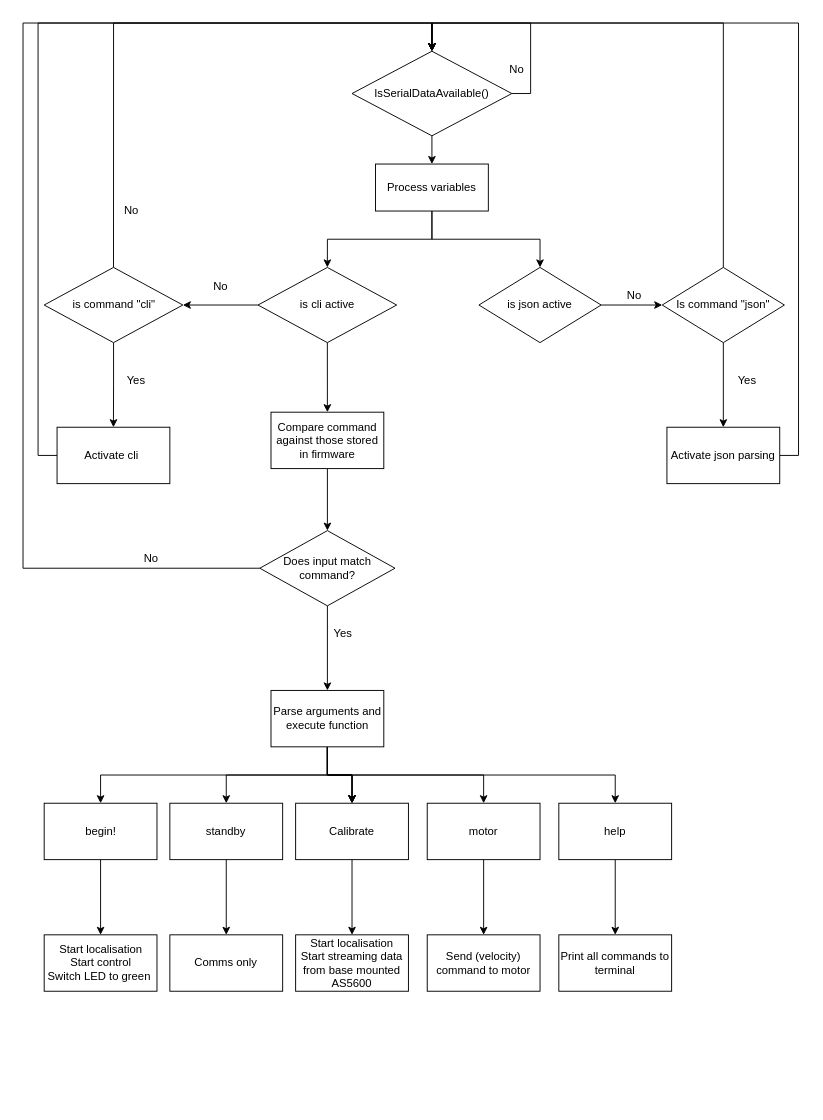
Above: CLI and json flowchart.drawio in LordAcrobaticTurtle/Rosbot (draw.io), before the change. Source tidied: cells renumbered, new cells numbered last; positions are measured from the earlier drawing's top-left corner, leaving out a move shared by most shapes. Both pictures are drawn from the tidied source at 94%, with x=0, y=0 at pixel (23, 23).
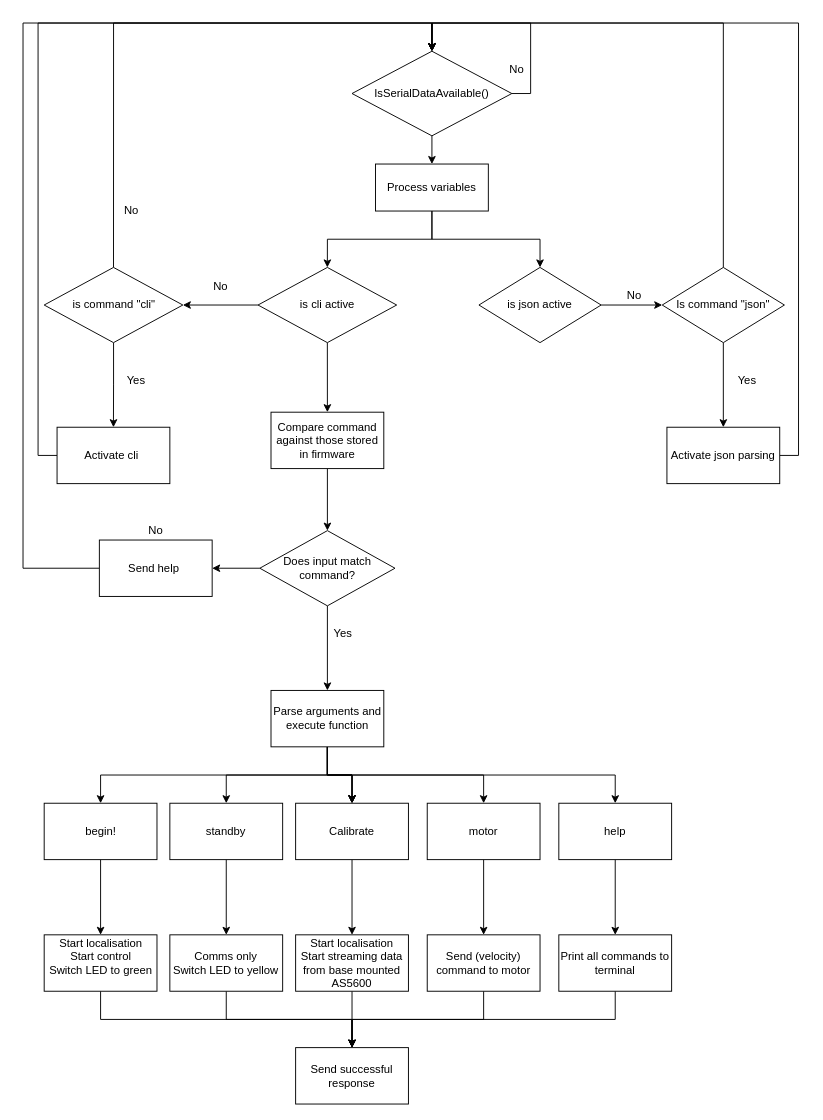
The same diagram, later.

The change refers to these unchanged cells:
```xml
<mxCell id="7" value="IsSerialDataAvailable()" style="rhombus;whiteSpace=wrap;html=1;" parent="1" vertex="1">
  <mxGeometry x="350" y="30" width="170" height="90" as="geometry" />
</mxCell>
<mxCell id="33" value="Does input match command?" style="rhombus;whiteSpace=wrap;html=1;" parent="1" vertex="1">
  <mxGeometry x="251.9" y="540" width="143.8" height="80" as="geometry" />
</mxCell>
<mxCell id="53" value="Start localisation&lt;br&gt;Start streaming data from base mounted AS5600" style="whiteSpace=wrap;html=1;" parent="1" vertex="1">
  <mxGeometry x="290" y="970" width="120" height="60" as="geometry" />
</mxCell>
<mxCell id="56" value="Send (velocity) command to motor" style="whiteSpace=wrap;html=1;" parent="1" vertex="1">
  <mxGeometry x="430" y="970" width="120" height="60" as="geometry" />
</mxCell>
<mxCell id="59" value="Print all commands to terminal" style="whiteSpace=wrap;html=1;" parent="1" vertex="1">
  <mxGeometry x="570" y="970" width="120" height="60" as="geometry" />
</mxCell>
```

Diff of the diagram source:
```diff
@@
-    <mxCell id="31" style="edgeStyle=orthogonalEdgeStyle;rounded=0;jettySize=auto;html=1;exitX=0;exitY=0.5;exitDx=0;exitDy=0;entryX=0.5;entryY=0;entryDx=0;entryDy=0;" parent="1" edge="1" source="33" target="7">
+    <mxCell id="31" style="edgeStyle=orthogonalEdgeStyle;rounded=0;jettySize=auto;html=1;entryX=0.5;entryY=0;entryDx=0;entryDy=0;exitX=0;exitY=0.5;exitDx=0;exitDy=0;" parent="1" edge="1" source="67" target="7">
       <mxGeometry relative="1" as="geometry">
         <Array as="points">
           <mxPoint y="580" />
           <mxPoint />
           <mxPoint x="435" />
         </Array>
       </mxGeometry>
     </mxCell>
@@
+    <mxCell id="60" style="edgeStyle=orthogonalEdgeStyle;rounded=0;jettySize=auto;html=1;exitX=0;exitY=0.5;exitDx=0;exitDy=0;entryX=1;entryY=0.5;entryDx=0;entryDy=0;" parent="1" edge="1" source="33" target="67">
+      <mxGeometry relative="1" as="geometry" />
+    </mxCell>
@@
     <mxCell id="34" value="No" style="text;html=1;align=center;verticalAlign=middle;strokeColor=none;fillColor=none;" parent="1" vertex="1">
-      <mxGeometry x="121.2" y="560" width="30" height="20" as="geometry" />
+      <mxGeometry x="126.2" y="530" width="30" height="20" as="geometry" />
     </mxCell>
@@
+    <mxCell id="61" style="edgeStyle=orthogonalEdgeStyle;rounded=0;jettySize=auto;html=1;entryX=0.5;entryY=0;entryDx=0;entryDy=0;" parent="1" edge="1" source="47" target="66">
+      <mxGeometry relative="1" as="geometry">
+        <Array as="points">
+          <mxPoint x="83" y="1060" />
+          <mxPoint x="350" y="1060" />
+        </Array>
+      </mxGeometry>
+    </mxCell>
-    <mxCell id="47" value="Start localisation&lt;br&gt;Start control&lt;br&gt;Switch LED to green&amp;nbsp;" style="whiteSpace=wrap;html=1;" parent="1" vertex="1">
+    <mxCell id="47" value="Start localisation&lt;br&gt;Start control&lt;br&gt;Switch LED to green&lt;br&gt;&amp;nbsp;" style="whiteSpace=wrap;html=1;" parent="1" vertex="1">
       <mxGeometry x="22.5" y="970" width="120" height="60" as="geometry" />
     </mxCell>
@@
+    <mxCell id="62" style="edgeStyle=orthogonalEdgeStyle;rounded=0;jettySize=auto;html=1;entryX=0.5;entryY=0;entryDx=0;entryDy=0;" parent="1" edge="1" source="50" target="66">
+      <mxGeometry relative="1" as="geometry">
+        <Array as="points">
+          <mxPoint x="216" y="1060" />
+          <mxPoint x="350" y="1060" />
+        </Array>
+      </mxGeometry>
+    </mxCell>
-    <mxCell id="50" value="Comms only" style="whiteSpace=wrap;html=1;" parent="1" vertex="1">
+    <mxCell id="50" value="Comms only&lt;br&gt;Switch LED to yellow" style="whiteSpace=wrap;html=1;" parent="1" vertex="1">
       <mxGeometry x="156.2" y="970" width="120" height="60" as="geometry" />
     </mxCell>
@@
+    <mxCell id="63" style="edgeStyle=orthogonalEdgeStyle;rounded=0;jettySize=auto;html=1;" parent="1" edge="1" source="53" target="66">
+      <mxGeometry relative="1" as="geometry" />
+    </mxCell>
@@
+    <mxCell id="64" style="edgeStyle=orthogonalEdgeStyle;rounded=0;jettySize=auto;html=1;exitX=0.5;exitY=1;exitDx=0;exitDy=0;entryX=0.5;entryY=0;entryDx=0;entryDy=0;" parent="1" edge="1" source="56" target="66">
+      <mxGeometry relative="1" as="geometry" />
+    </mxCell>
@@
+    <mxCell id="65" style="edgeStyle=orthogonalEdgeStyle;rounded=0;jettySize=auto;html=1;exitX=0.5;exitY=1;exitDx=0;exitDy=0;entryX=0.5;entryY=0;entryDx=0;entryDy=0;" parent="1" edge="1" source="59" target="66">
+      <mxGeometry relative="1" as="geometry" />
+    </mxCell>
@@
+    <mxCell id="66" value="Send successful response" style="whiteSpace=wrap;html=1;" parent="1" vertex="1">
+      <mxGeometry x="290" y="1090" width="120" height="60" as="geometry" />
+    </mxCell>
+    <mxCell id="67" value="Send help&amp;nbsp;" style="whiteSpace=wrap;html=1;" parent="1" vertex="1">
+      <mxGeometry x="81.2" y="550" width="120" height="60" as="geometry" />
+    </mxCell>
```
